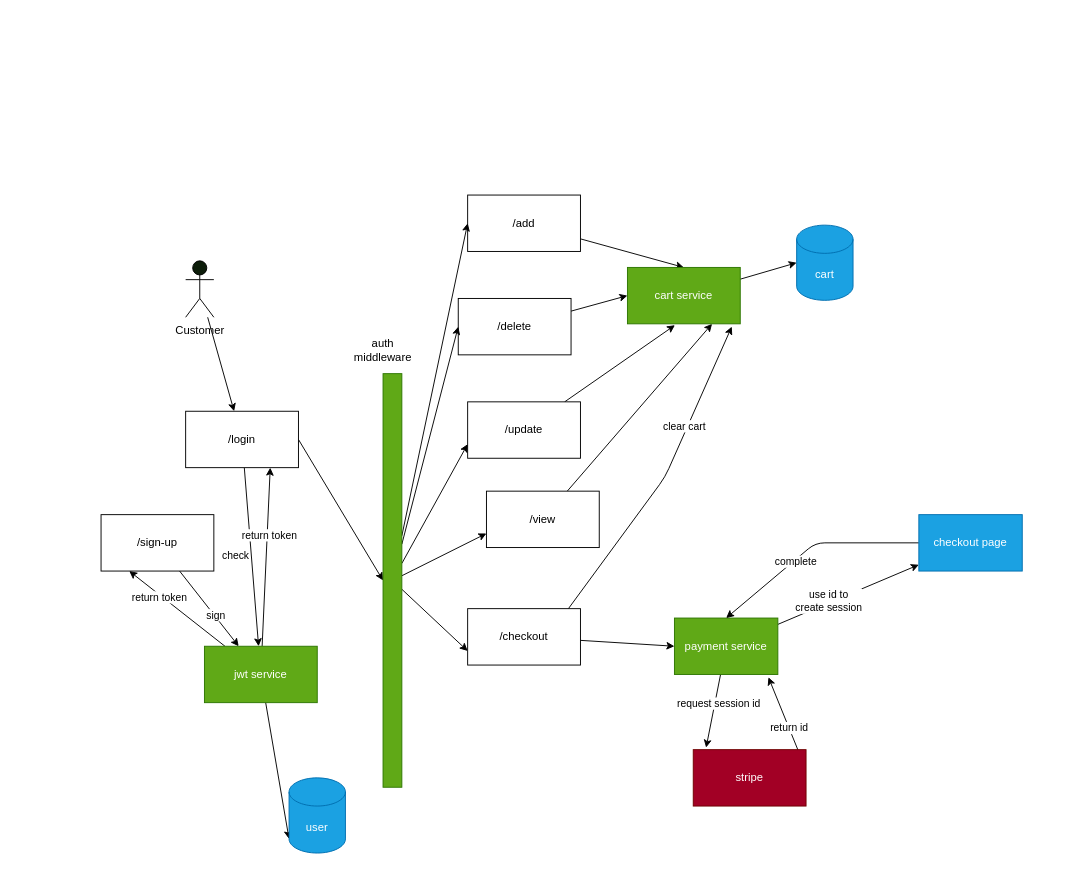
ACJT123/backend-roadmap keeps this draw.io diagram as e-commerce-api/design.drawio. Above is the earlier version. Source tidied: cells renumbered, new cells numbered last; positions are measured from the earlier drawing's top-left corner, leaving out a move shared by most shapes. Both pictures are drawn from the tidied source at 94%, with x=0, y=0 at pixel (101, 195).
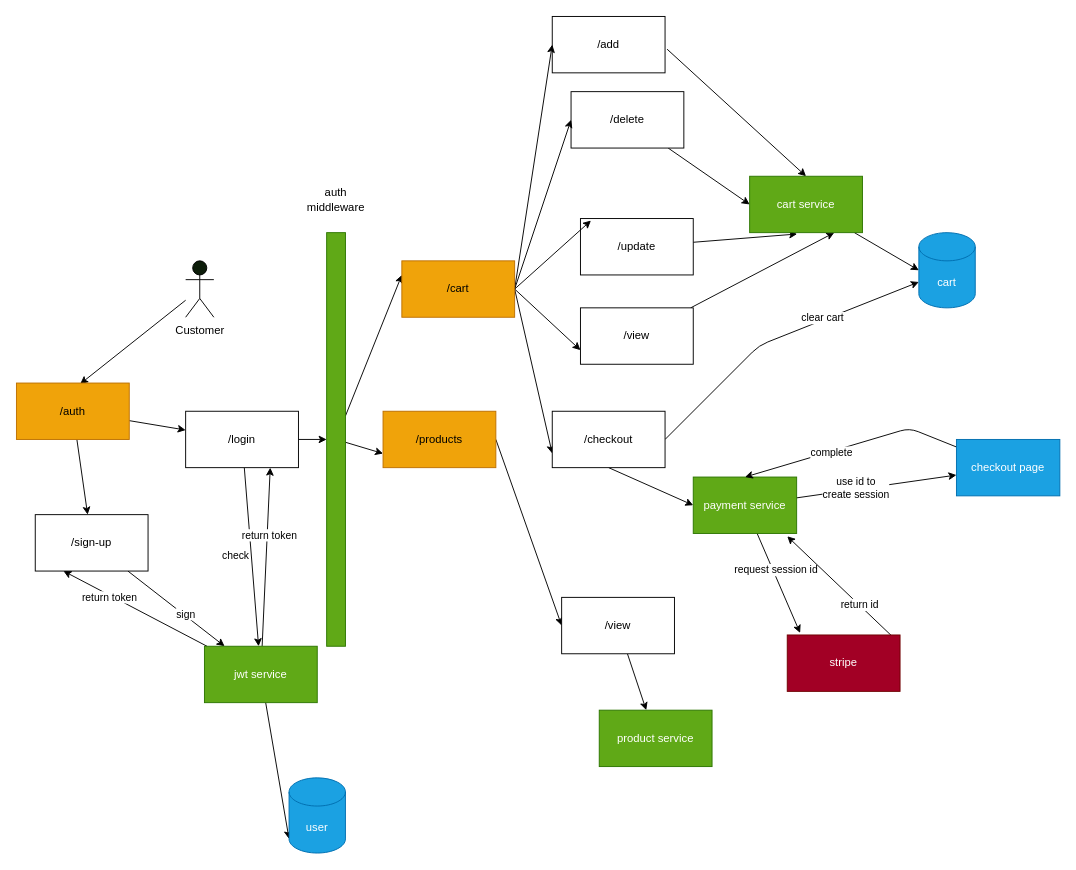
Above is the later version.

Commit message (it also covers changes not shown here):
feat(e-commerce-api): add products route

Unchanged cells that the change refers to:
```xml
<mxCell id="16" value="/login" style="rounded=0;whiteSpace=wrap;html=1;" parent="1" vertex="1">
  <mxGeometry x="90" y="230" width="120" height="60" as="geometry" />
</mxCell>
<mxCell id="25" value="Customer" style="shape=umlActor;verticalLabelPosition=bottom;verticalAlign=top;html=1;outlineConnect=0;fillColor=#0D1D0A;" parent="1" vertex="1">
  <mxGeometry x="90" y="70" width="30" height="60" as="geometry" />
</mxCell>
```

Diff of the diagram source:
```diff
@@
-    <mxCell id="2" style="edgeStyle=none;html=1;entryX=0.5;entryY=0;entryDx=0;entryDy=0;" parent="1" edge="1" source="3" target="39">
+    <mxCell id="2" style="edgeStyle=none;html=1;entryX=0.5;entryY=0;entryDx=0;entryDy=0;exitX=1.018;exitY=0.58;exitDx=0;exitDy=0;exitPerimeter=0;" parent="1" edge="1" source="3" target="39">
       <mxGeometry relative="1" as="geometry" />
     </mxCell>
     <mxCell id="3" value="/add" style="rounded=0;whiteSpace=wrap;html=1;" parent="1" vertex="1">
-      <mxGeometry x="390" width="120" height="60" as="geometry" />
+      <mxGeometry x="480" y="-190" width="120" height="60" as="geometry" />
     </mxCell>
@@
     <mxCell id="5" value="/delete" style="rounded=0;whiteSpace=wrap;html=1;" parent="1" vertex="1">
-      <mxGeometry x="380" y="110" width="120" height="60" as="geometry" />
+      <mxGeometry x="500" y="-110" width="120" height="60" as="geometry" />
     </mxCell>
@@
     <mxCell id="7" value="/update" style="rounded=0;whiteSpace=wrap;html=1;" parent="1" vertex="1">
-      <mxGeometry x="390" y="220" width="120" height="60" as="geometry" />
+      <mxGeometry x="510" y="25" width="120" height="60" as="geometry" />
     </mxCell>
@@
     <mxCell id="9" value="/view" style="rounded=0;whiteSpace=wrap;html=1;" parent="1" vertex="1">
-      <mxGeometry x="410" y="315" width="120" height="60" as="geometry" />
+      <mxGeometry x="510" y="120" width="120" height="60" as="geometry" />
     </mxCell>
@@
     <mxCell id="12" value="/sign-up" style="rounded=0;whiteSpace=wrap;html=1;" parent="1" vertex="1">
-      <mxGeometry y="340" width="120" height="60" as="geometry" />
+      <mxGeometry x="-70" y="340" width="120" height="60" as="geometry" />
     </mxCell>
@@
-    <mxCell id="17" style="edgeStyle=none;html=1;entryX=0;entryY=0.5;entryDx=0;entryDy=0;" parent="1" edge="1" source="22" target="5">
+    <mxCell id="17" style="edgeStyle=none;html=1;entryX=0;entryY=0.5;entryDx=0;entryDy=0;exitX=1;exitY=0.5;exitDx=0;exitDy=0;" parent="1" edge="1" source="57" target="5">
       <mxGeometry relative="1" as="geometry" />
     </mxCell>
-    <mxCell id="18" style="edgeStyle=none;html=1;entryX=0;entryY=0.75;entryDx=0;entryDy=0;" parent="1" edge="1" source="22" target="7">
+    <mxCell id="18" style="edgeStyle=none;html=1;exitX=1;exitY=0.5;exitDx=0;exitDy=0;entryX=0.093;entryY=0.036;entryDx=0;entryDy=0;entryPerimeter=0;" parent="1" edge="1" source="57" target="7">
       <mxGeometry relative="1" as="geometry" />
     </mxCell>
-    <mxCell id="19" style="edgeStyle=none;html=1;entryX=0;entryY=0.75;entryDx=0;entryDy=0;" parent="1" edge="1" source="22" target="9">
+    <mxCell id="19" style="edgeStyle=none;html=1;entryX=0;entryY=0.75;entryDx=0;entryDy=0;exitX=1;exitY=0.5;exitDx=0;exitDy=0;" parent="1" edge="1" source="57" target="9">
       <mxGeometry relative="1" as="geometry" />
     </mxCell>
-    <mxCell id="20" style="edgeStyle=none;html=1;entryX=0;entryY=0.5;entryDx=0;entryDy=0;" parent="1" edge="1" source="22" target="3">
+    <mxCell id="20" style="edgeStyle=none;html=1;entryX=0;entryY=0.25;entryDx=0;entryDy=0;" parent="1" edge="1" source="22" target="57">
       <mxGeometry relative="1" as="geometry" />
     </mxCell>
-    <mxCell id="21" style="edgeStyle=none;html=1;entryX=0;entryY=0.75;entryDx=0;entryDy=0;" parent="1" edge="1" source="22" target="36">
+    <mxCell id="21" style="edgeStyle=none;html=1;entryX=0;entryY=0.75;entryDx=0;entryDy=0;exitX=1;exitY=0.5;exitDx=0;exitDy=0;" parent="1" edge="1" source="57" target="36">
       <mxGeometry relative="1" as="geometry" />
     </mxCell>
+    <mxCell id="51" style="edgeStyle=none;html=1;entryX=0;entryY=0.5;entryDx=0;entryDy=0;exitX=1;exitY=0.5;exitDx=0;exitDy=0;" parent="1" edge="1" source="58" target="55">
+      <mxGeometry relative="1" as="geometry" />
+    </mxCell>
+    <mxCell id="52" style="edgeStyle=none;html=1;entryX=0;entryY=0.75;entryDx=0;entryDy=0;" parent="1" edge="1" source="22" target="58">
+      <mxGeometry relative="1" as="geometry" />
+    </mxCell>
     <mxCell id="22" style="rounded=0;whiteSpace=wrap;html=1;fillColor=#60a917;fontColor=#ffffff;strokeColor=#2D7600;" parent="1" vertex="1">
-      <mxGeometry x="300" y="190" width="20" height="440" as="geometry" />
+      <mxGeometry x="240" y="40" width="20" height="440" as="geometry" />
     </mxCell>
     <mxCell id="23" value="auth middleware" style="text;html=1;strokeColor=none;fillColor=none;align=center;verticalAlign=middle;whiteSpace=wrap;rounded=0;" parent="1" vertex="1">
-      <mxGeometry x="270" y="150" width="60" height="30" as="geometry" />
+      <mxGeometry x="220" y="-10" width="60" height="30" as="geometry" />
     </mxCell>
-    <mxCell id="24" style="edgeStyle=none;html=1;" parent="1" edge="1" source="25" target="16">
+    <mxCell id="24" style="edgeStyle=none;html=1;entryX=0.565;entryY=0.016;entryDx=0;entryDy=0;entryPerimeter=0;" parent="1" edge="1" source="25" target="61">
       <mxGeometry relative="1" as="geometry" />
     </mxCell>
@@
-    <mxCell id="33" style="edgeStyle=none;html=1;entryX=0;entryY=0.5;entryDx=0;entryDy=0;startArrow=none;startFill=0;" parent="1" edge="1" source="36" target="44">
+    <mxCell id="33" style="edgeStyle=none;html=1;entryX=0;entryY=0.5;entryDx=0;entryDy=0;startArrow=none;startFill=0;exitX=0.5;exitY=1;exitDx=0;exitDy=0;" parent="1" edge="1" source="36" target="44">
       <mxGeometry relative="1" as="geometry" />
     </mxCell>
-    <mxCell id="34" style="edgeStyle=none;html=1;entryX=0.917;entryY=1.05;entryDx=0;entryDy=0;entryPerimeter=0;startArrow=none;startFill=0;" parent="1" edge="1">
+    <mxCell id="34" style="edgeStyle=none;html=1;entryX=0;entryY=0;entryDx=0;entryDy=52.5;entryPerimeter=0;startArrow=none;startFill=0;exitX=1;exitY=0.5;exitDx=0;exitDy=0;" parent="1" edge="1" source="36" target="37">
       <mxGeometry relative="1" as="geometry">
-        <mxPoint x="497.2" y="440" as="sourcePoint" />
-        <mxPoint x="671" y="140" as="targetPoint" />
         <Array as="points">
-          <mxPoint x="600" y="300" />
+          <mxPoint x="700" y="160" />
         </Array>
       </mxGeometry>
     </mxCell>
@@
     <mxCell id="36" value="/checkout" style="rounded=0;whiteSpace=wrap;html=1;" parent="1" vertex="1">
-      <mxGeometry x="390" y="440" width="120" height="60" as="geometry" />
+      <mxGeometry x="480" y="230" width="120" height="60" as="geometry" />
     </mxCell>
     <mxCell id="37" value="cart" style="shape=cylinder3;whiteSpace=wrap;html=1;boundedLbl=1;backgroundOutline=1;size=15;fillColor=#1ba1e2;fontColor=#ffffff;strokeColor=#006EAF;" parent="1" vertex="1">
-      <mxGeometry x="740" y="32" width="60" height="80" as="geometry" />
+      <mxGeometry x="870" y="40" width="60" height="80" as="geometry" />
     </mxCell>
@@
     <mxCell id="39" value="cart service" style="rounded=0;whiteSpace=wrap;html=1;fillColor=#60a917;fontColor=#ffffff;strokeColor=#2D7600;" parent="1" vertex="1">
-      <mxGeometry x="560" y="77" width="120" height="60" as="geometry" />
+      <mxGeometry x="690" y="-20" width="120" height="60" as="geometry" />
     </mxCell>
@@
     <mxCell id="44" value="payment service" style="rounded=0;whiteSpace=wrap;html=1;fillColor=#60a917;fontColor=#ffffff;strokeColor=#2D7600;" parent="1" vertex="1">
-      <mxGeometry x="610" y="450" width="110" height="60" as="geometry" />
+      <mxGeometry x="630" y="300" width="110" height="60" as="geometry" />
     </mxCell>
@@
     <mxCell id="47" value="stripe" style="rounded=0;whiteSpace=wrap;html=1;fillColor=#a20025;fontColor=#ffffff;strokeColor=#6F0000;" parent="1" vertex="1">
-      <mxGeometry x="630" y="590" width="120" height="60" as="geometry" />
+      <mxGeometry x="730" y="468" width="120" height="60" as="geometry" />
     </mxCell>
     <mxCell id="48" style="edgeStyle=none;html=1;entryX=0.5;entryY=0;entryDx=0;entryDy=0;startArrow=none;startFill=0;" parent="1" edge="1" source="50" target="44">
       <mxGeometry relative="1" as="geometry">
         <Array as="points">
-          <mxPoint x="760" y="370" />
+          <mxPoint x="860" y="248" />
         </Array>
       </mxGeometry>
     </mxCell>
@@
     <mxCell id="50" value="checkout page" style="rounded=0;whiteSpace=wrap;html=1;fillColor=#1ba1e2;fontColor=#ffffff;strokeColor=#006EAF;" parent="1" vertex="1">
-      <mxGeometry x="870" y="340" width="110" height="60" as="geometry" />
+      <mxGeometry x="910" y="260" width="110" height="60" as="geometry" />
     </mxCell>
+    <mxCell id="53" value="product service" style="rounded=0;whiteSpace=wrap;html=1;fillColor=#60a917;fontColor=#ffffff;strokeColor=#2D7600;" parent="1" vertex="1">
+      <mxGeometry x="530" y="548" width="120" height="60" as="geometry" />
+    </mxCell>
+    <mxCell id="54" style="edgeStyle=none;html=1;" parent="1" edge="1" source="55" target="53">
+      <mxGeometry relative="1" as="geometry" />
+    </mxCell>
+    <mxCell id="55" value="/view" style="rounded=0;whiteSpace=wrap;html=1;" parent="1" vertex="1">
+      <mxGeometry x="490" y="428" width="120" height="60" as="geometry" />
+    </mxCell>
+    <mxCell id="56" style="edgeStyle=none;html=1;entryX=0;entryY=0.5;entryDx=0;entryDy=0;exitX=1;exitY=0.5;exitDx=0;exitDy=0;" parent="1" edge="1" source="57" target="3">
+      <mxGeometry relative="1" as="geometry" />
+    </mxCell>
+    <mxCell id="57" value="/cart" style="rounded=0;whiteSpace=wrap;html=1;fillColor=#f0a30a;fontColor=#000000;strokeColor=#BD7000;" parent="1" vertex="1">
+      <mxGeometry x="320" y="70" width="120" height="60" as="geometry" />
+    </mxCell>
+    <mxCell id="58" value="/products" style="rounded=0;whiteSpace=wrap;html=1;fillColor=#f0a30a;fontColor=#000000;strokeColor=#BD7000;" parent="1" vertex="1">
+      <mxGeometry x="300" y="230" width="120" height="60" as="geometry" />
+    </mxCell>
+    <mxCell id="59" style="edgeStyle=none;html=1;" parent="1" edge="1" source="61" target="16">
+      <mxGeometry relative="1" as="geometry" />
+    </mxCell>
+    <mxCell id="60" style="edgeStyle=none;html=1;" parent="1" edge="1" source="61" target="12">
+      <mxGeometry relative="1" as="geometry" />
+    </mxCell>
+    <mxCell id="61" value="/auth" style="rounded=0;whiteSpace=wrap;html=1;fillColor=#f0a30a;fontColor=#000000;strokeColor=#BD7000;" parent="1" vertex="1">
+      <mxGeometry x="-90" y="200" width="120" height="60" as="geometry" />
+    </mxCell>
```
